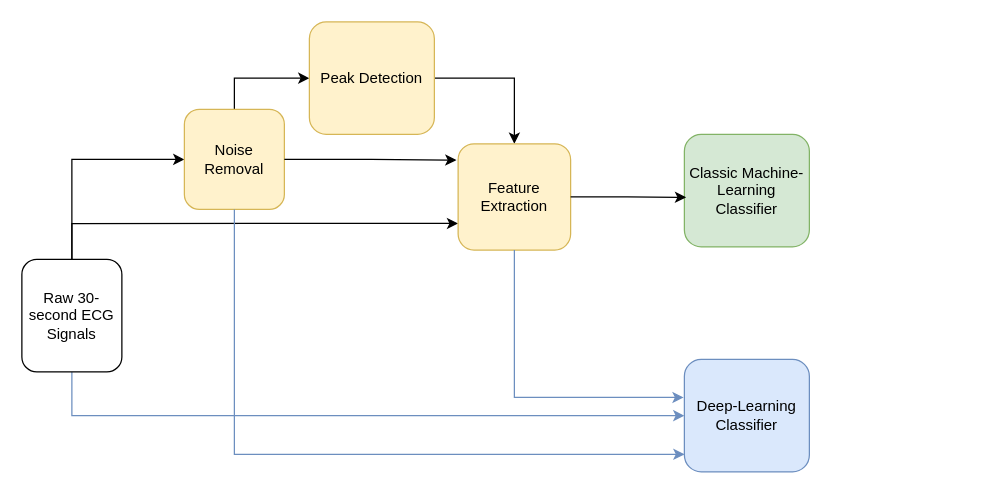
Earlier version of the draw.io diagram Untitled Diagram.drawio (kellydingzx/ecg_notebooks). Source tidied: cells renumbered, new cells numbered last; positions are measured from the earlier drawing's top-left corner, leaving out a move shared by most shapes. Both pictures are drawn from the tidied source at 125%, with x=0, y=0 at pixel (21, 21).
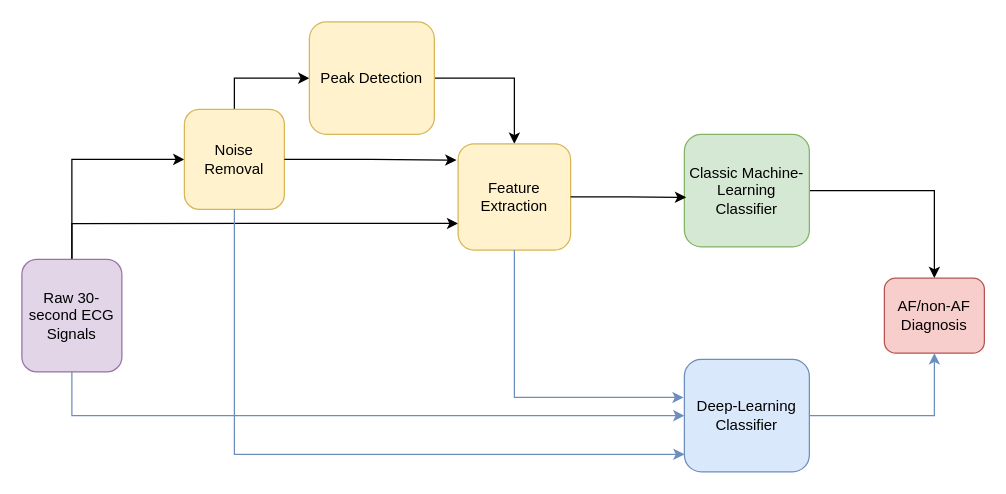
The same page after the edit.

The edit, as a diff of the source:
```diff
@@
 <mxGraphModel>
   <root>
     <mxCell id="0" />
     <mxCell id="1" parent="0" />
     <mxCell id="2" style="edgeStyle=orthogonalEdgeStyle;rounded=0;jettySize=auto;html=1;exitX=0.5;exitY=1;exitDx=0;exitDy=0;entryX=0;entryY=0.5;entryDx=0;entryDy=0;fillColor=#dae8fc;strokeColor=#6c8ebf;" parent="1" edge="1" source="5" target="13">
       <mxGeometry relative="1" as="geometry" />
     </mxCell>
     <mxCell id="3" style="edgeStyle=orthogonalEdgeStyle;rounded=0;jettySize=auto;html=1;exitX=0.5;exitY=0;exitDx=0;exitDy=0;entryX=0;entryY=0.5;entryDx=0;entryDy=0;" parent="1" edge="1" source="5" target="7">
       <mxGeometry relative="1" as="geometry" />
     </mxCell>
     <mxCell id="4" style="edgeStyle=orthogonalEdgeStyle;rounded=0;jettySize=auto;html=1;exitX=0.5;exitY=0;exitDx=0;exitDy=0;entryX=0;entryY=0.75;entryDx=0;entryDy=0;" parent="1" edge="1" source="5" target="10">
       <mxGeometry relative="1" as="geometry" />
     </mxCell>
-    <mxCell id="5" value="Raw 30-second ECG Signals" style="rounded=1;whiteSpace=wrap;html=1;" parent="1" vertex="1">
+    <mxCell id="5" value="Raw 30-second ECG Signals" style="rounded=1;whiteSpace=wrap;html=1;fillColor=#e1d5e7;strokeColor=#9673a6;" parent="1" vertex="1">
       <mxGeometry y="190" width="80" height="90" as="geometry" />
     </mxCell>
     <mxCell id="6" style="edgeStyle=orthogonalEdgeStyle;rounded=0;jettySize=auto;html=1;exitX=0.5;exitY=0;exitDx=0;exitDy=0;entryX=0;entryY=0.5;entryDx=0;entryDy=0;" parent="1" edge="1" source="7" target="9">
       <mxGeometry relative="1" as="geometry" />
     </mxCell>
     <mxCell id="7" value="Noise Removal" style="rounded=1;whiteSpace=wrap;html=1;fillColor=#fff2cc;strokeColor=#d6b656;" parent="1" vertex="1">
       <mxGeometry x="130" y="70" width="80" height="80" as="geometry" />
     </mxCell>
     <mxCell id="8" style="edgeStyle=orthogonalEdgeStyle;rounded=0;jettySize=auto;html=1;exitX=1;exitY=0.5;exitDx=0;exitDy=0;" parent="1" edge="1" source="9" target="10">
       <mxGeometry relative="1" as="geometry" />
     </mxCell>
     <mxCell id="9" value="Peak Detection" style="rounded=1;whiteSpace=wrap;html=1;fillColor=#fff2cc;strokeColor=#d6b656;" parent="1" vertex="1">
       <mxGeometry x="230" width="100" height="90" as="geometry" />
     </mxCell>
     <mxCell id="10" value="Feature Extraction" style="rounded=1;whiteSpace=wrap;html=1;fillColor=#fff2cc;strokeColor=#d6b656;" parent="1" vertex="1">
       <mxGeometry x="349" y="97.5" width="90" height="85" as="geometry" />
     </mxCell>
+    <mxCell id="17" style="edgeStyle=orthogonalEdgeStyle;rounded=0;jettySize=auto;html=1;exitX=1;exitY=0.5;exitDx=0;exitDy=0;entryX=0.5;entryY=0;entryDx=0;entryDy=0;" parent="1" edge="1" source="11" target="19">
+      <mxGeometry relative="1" as="geometry" />
+    </mxCell>
     <mxCell id="11" value="Classic Machine-Learning &lt;br&gt;Classifier" style="rounded=1;whiteSpace=wrap;html=1;fillColor=#d5e8d4;strokeColor=#82b366;" parent="1" vertex="1">
       <mxGeometry x="530" y="90" width="100" height="90" as="geometry" />
     </mxCell>
     <mxCell id="12" style="edgeStyle=orthogonalEdgeStyle;rounded=0;jettySize=auto;html=1;exitX=1;exitY=0.5;exitDx=0;exitDy=0;entryX=0.014;entryY=0.56;entryDx=0;entryDy=0;entryPerimeter=0;" parent="1" edge="1" source="10" target="11">
       <mxGeometry relative="1" as="geometry" />
     </mxCell>
+    <mxCell id="18" style="edgeStyle=orthogonalEdgeStyle;rounded=0;jettySize=auto;html=1;exitX=1;exitY=0.5;exitDx=0;exitDy=0;entryX=0.5;entryY=1;entryDx=0;entryDy=0;fillColor=#dae8fc;strokeColor=#6c8ebf;" parent="1" edge="1" source="13" target="19">
+      <mxGeometry relative="1" as="geometry" />
+    </mxCell>
     <mxCell id="13" value="Deep-Learning&lt;br&gt;Classifier" style="rounded=1;whiteSpace=wrap;html=1;fillColor=#dae8fc;strokeColor=#6c8ebf;" parent="1" vertex="1">
       <mxGeometry x="530" y="270" width="100" height="90" as="geometry" />
     </mxCell>
     <mxCell id="14" style="edgeStyle=orthogonalEdgeStyle;rounded=0;jettySize=auto;html=1;exitX=0.5;exitY=1;exitDx=0;exitDy=0;entryX=0.001;entryY=0.844;entryDx=0;entryDy=0;entryPerimeter=0;fillColor=#dae8fc;strokeColor=#6c8ebf;" parent="1" edge="1" source="7" target="13">
       <mxGeometry relative="1" as="geometry" />
     </mxCell>
     <mxCell id="15" style="edgeStyle=orthogonalEdgeStyle;rounded=0;jettySize=auto;html=1;exitX=0.5;exitY=1;exitDx=0;exitDy=0;entryX=-0.006;entryY=0.338;entryDx=0;entryDy=0;entryPerimeter=0;fillColor=#dae8fc;strokeColor=#6c8ebf;" parent="1" edge="1" source="10" target="13">
       <mxGeometry relative="1" as="geometry" />
     </mxCell>
     <mxCell id="16" style="edgeStyle=orthogonalEdgeStyle;rounded=0;jettySize=auto;html=1;exitX=1;exitY=0.5;exitDx=0;exitDy=0;entryX=-0.015;entryY=0.154;entryDx=0;entryDy=0;entryPerimeter=0;" parent="1" edge="1" source="7" target="10">
       <mxGeometry relative="1" as="geometry" />
     </mxCell>
+    <mxCell id="19" value="AF/non-AF&lt;br&gt;Diagnosis" style="rounded=1;whiteSpace=wrap;html=1;fillColor=#f8cecc;strokeColor=#b85450;" parent="1" vertex="1">
+      <mxGeometry x="690" y="205" width="80" height="60" as="geometry" />
+    </mxCell>
   </root>
 </mxGraphModel>
```
